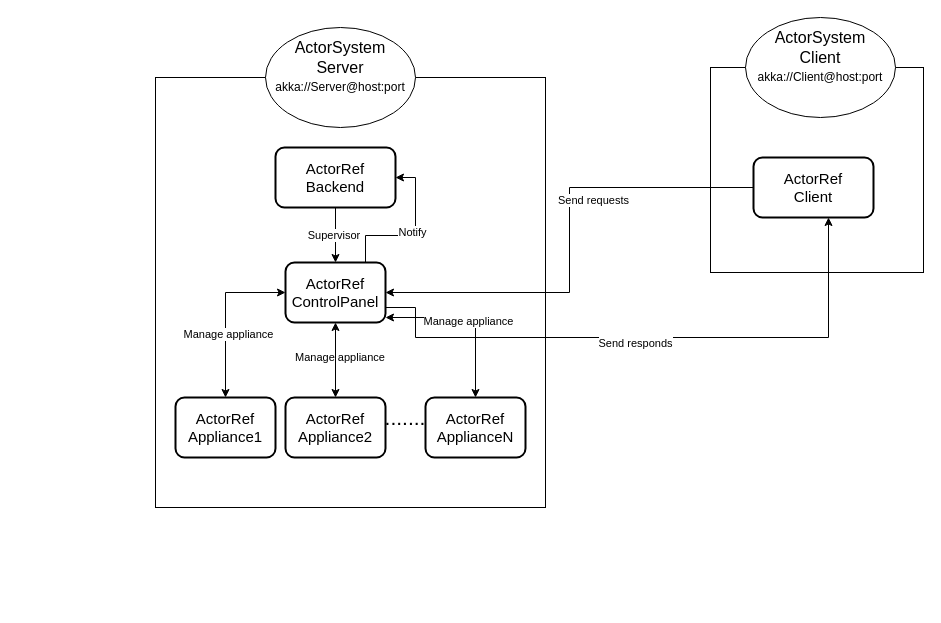
This is Actors scheme .drawio from MassimilianoRoccamena/MTDS-Project, a draw.io file, before an edit. Source tidied: cells renumbered, new cells numbered last; positions are measured from the earlier drawing's top-left corner, leaving out a move shared by most shapes. Both pictures are drawn from the tidied source at 100%, with x=0, y=0 at pixel (155, 17).
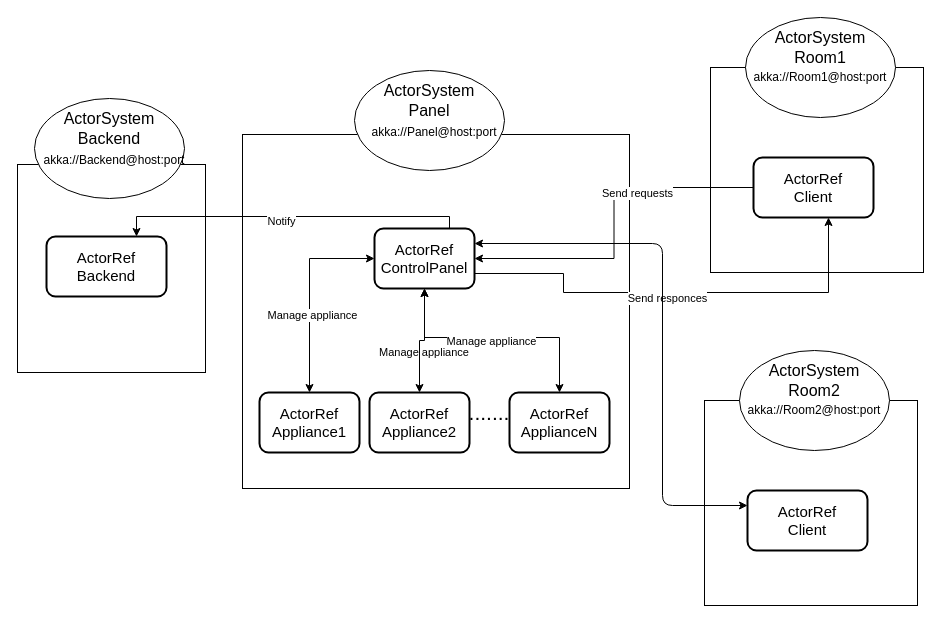
Above is the later version.

The change refers to these unchanged cells:
```xml
<mxCell id="22" value="&lt;span style=&quot;font-size: 15px&quot;&gt;ActorRef&lt;br&gt;Client&lt;br&gt;&lt;/span&gt;" style="rounded=1;whiteSpace=wrap;html=1;strokeWidth=2;" parent="1" vertex="1">
  <mxGeometry x="598" y="140" width="120" height="60" as="geometry" />
</mxCell>
```

The edit, as a diff of the source:
```diff
@@
+    <mxCell id="30" style="whiteSpace=wrap;html=1;" parent="1" vertex="1">
+      <mxGeometry x="-138" y="147" width="188" height="208" as="geometry" />
+    </mxCell>
     <mxCell id="2" style="whiteSpace=wrap;html=1;" parent="1" vertex="1">
-      <mxGeometry y="60" width="390" height="430" as="geometry" />
+      <mxGeometry x="87" y="117" width="387" height="354" as="geometry" />
     </mxCell>
     <mxCell id="3" style="ellipse;whiteSpace=wrap;html=1;" parent="1" vertex="1">
-      <mxGeometry x="110" y="10" width="150" height="100" as="geometry" />
+      <mxGeometry x="199" y="53" width="150" height="100" as="geometry" />
     </mxCell>
-    <mxCell id="4" value="&lt;font style=&quot;font-size: 16px&quot;&gt;ActorSystem&lt;br&gt;Server&lt;br&gt;&lt;/font&gt;" style="text;html=1;strokeColor=none;fillColor=none;align=center;verticalAlign=middle;whiteSpace=wrap;rounded=0;strokeWidth=5;" parent="1" vertex="1">
-      <mxGeometry x="120" y="10" width="130" height="60" as="geometry" />
+    <mxCell id="4" value="&lt;font style=&quot;font-size: 16px&quot;&gt;ActorSystem&lt;br&gt;Panel&lt;br&gt;&lt;/font&gt;" style="text;html=1;strokeColor=none;fillColor=none;align=center;verticalAlign=middle;whiteSpace=wrap;rounded=0;strokeWidth=5;" parent="1" vertex="1">
+      <mxGeometry x="209" y="53" width="130" height="60" as="geometry" />
     </mxCell>
-    <mxCell id="5" value="akka://Server@host:port" style="text;html=1;strokeColor=none;fillColor=none;align=center;verticalAlign=middle;whiteSpace=wrap;rounded=0;" parent="1" vertex="1">
-      <mxGeometry x="165" y="60" width="40" height="20" as="geometry" />
+    <mxCell id="5" value="akka://Panel@host:port" style="text;html=1;strokeColor=none;fillColor=none;align=center;verticalAlign=middle;whiteSpace=wrap;rounded=0;" parent="1" vertex="1">
+      <mxGeometry x="259" y="105" width="40" height="20" as="geometry" />
     </mxCell>
-    <mxCell id="6" value="Supervisor&amp;nbsp;" style="edgeStyle=orthogonalEdgeStyle;rounded=0;jettySize=auto;html=1;entryX=0.5;entryY=0;entryDx=0;entryDy=0;" parent="1" edge="1" source="7" target="15">
-      <mxGeometry relative="1" as="geometry" />
-    </mxCell>
     <mxCell id="7" value="&lt;span style=&quot;font-size: 15px&quot;&gt;ActorRef&lt;br&gt;Backend&lt;br&gt;&lt;/span&gt;" style="rounded=1;whiteSpace=wrap;html=1;strokeWidth=2;" parent="1" vertex="1">
-      <mxGeometry x="120" y="130" width="120" height="60" as="geometry" />
+      <mxGeometry x="-109" y="219" width="120" height="60" as="geometry" />
     </mxCell>
@@
     <mxCell id="11" style="edgeStyle=orthogonalEdgeStyle;rounded=0;jettySize=auto;html=1;entryX=0.5;entryY=0;entryDx=0;entryDy=0;startArrow=classic;startFill=1;" parent="1" edge="1" source="15" target="27">
       <mxGeometry relative="1" as="geometry">
         <Array as="points">
-          <mxPoint x="320" y="300" />
+          <mxPoint x="269" y="320" />
+          <mxPoint x="404" y="320" />
         </Array>
       </mxGeometry>
     </mxCell>
@@
-    <mxCell id="13" style="edgeStyle=orthogonalEdgeStyle;rounded=0;jettySize=auto;html=1;entryX=1;entryY=0.5;entryDx=0;entryDy=0;" parent="1" edge="1" source="15" target="7">
+    <mxCell id="13" style="edgeStyle=orthogonalEdgeStyle;rounded=0;jettySize=auto;html=1;entryX=0.75;entryY=0;entryDx=0;entryDy=0;" parent="1" edge="1" source="15" target="7">
       <mxGeometry relative="1" as="geometry">
         <Array as="points">
-          <mxPoint x="210" y="218" />
-          <mxPoint x="260" y="218" />
-          <mxPoint x="260" y="160" />
+          <mxPoint x="294" y="199" />
+          <mxPoint x="-19" y="199" />
         </Array>
       </mxGeometry>
     </mxCell>
@@
     <mxCell id="15" value="&lt;font style=&quot;font-size: 15px&quot;&gt;ActorRef&lt;br&gt;ControlPanel&lt;br&gt;&lt;/font&gt;" style="rounded=1;whiteSpace=wrap;html=1;strokeWidth=2;" parent="1" vertex="1">
-      <mxGeometry x="130" y="245" width="100" height="60" as="geometry" />
+      <mxGeometry x="219" y="211" width="100" height="60" as="geometry" />
     </mxCell>
@@
-    <mxCell id="18" value="&lt;font style=&quot;font-size: 16px&quot;&gt;ActorSystem&lt;br&gt;Client&lt;br&gt;&lt;/font&gt;" style="text;html=1;strokeColor=none;fillColor=none;align=center;verticalAlign=middle;whiteSpace=wrap;rounded=0;strokeWidth=5;" parent="1" vertex="1">
+    <mxCell id="18" value="&lt;font style=&quot;font-size: 16px&quot;&gt;ActorSystem&lt;br&gt;Room1&lt;br&gt;&lt;/font&gt;" style="text;html=1;strokeColor=none;fillColor=none;align=center;verticalAlign=middle;whiteSpace=wrap;rounded=0;strokeWidth=5;" parent="1" vertex="1">
       <mxGeometry x="600" width="130" height="60" as="geometry" />
     </mxCell>
-    <mxCell id="19" value="akka://Client@host:port" style="text;html=1;strokeColor=none;fillColor=none;align=center;verticalAlign=middle;whiteSpace=wrap;rounded=0;" parent="1" vertex="1">
+    <mxCell id="19" value="akka://Room1@host:port" style="text;html=1;strokeColor=none;fillColor=none;align=center;verticalAlign=middle;whiteSpace=wrap;rounded=0;" parent="1" vertex="1">
       <mxGeometry x="645" y="50" width="40" height="20" as="geometry" />
     </mxCell>
@@
     <mxCell id="23" style="edgeStyle=orthogonalEdgeStyle;rounded=0;jettySize=auto;html=1;entryX=0.625;entryY=1;entryDx=0;entryDy=0;entryPerimeter=0;exitX=1;exitY=0.75;exitDx=0;exitDy=0;" parent="1" edge="1" source="15" target="22">
       <mxGeometry relative="1" as="geometry">
         <Array as="points">
-          <mxPoint x="260" y="290" />
-          <mxPoint x="260" y="320" />
-          <mxPoint x="673" y="320" />
+          <mxPoint x="408" y="256" />
+          <mxPoint x="408" y="275" />
+          <mxPoint x="673" y="275" />
         </Array>
       </mxGeometry>
     </mxCell>
-    <mxCell id="24" value="Send responds" style="edgeLabel;html=1;align=center;verticalAlign=middle;" parent="23" vertex="1">
+    <mxCell id="24" value="Send responces" style="edgeLabel;html=1;align=center;verticalAlign=middle;" parent="23" vertex="1">
       <mxGeometry x="-0.06" y="-5" relative="1" as="geometry" />
     </mxCell>
     <mxCell id="25" value="&lt;font style=&quot;font-size: 15px&quot;&gt;ActorRef&lt;br&gt;Appliance1&lt;br&gt;&lt;/font&gt;" style="rounded=1;whiteSpace=wrap;html=1;strokeWidth=2;" parent="1" vertex="1">
-      <mxGeometry x="20" y="380" width="100" height="60" as="geometry" />
+      <mxGeometry x="104" y="375" width="100" height="60" as="geometry" />
     </mxCell>
     <mxCell id="26" value="&lt;font style=&quot;font-size: 15px&quot;&gt;ActorRef&lt;br&gt;Appliance2&lt;br&gt;&lt;/font&gt;" style="rounded=1;whiteSpace=wrap;html=1;strokeWidth=2;" parent="1" vertex="1">
-      <mxGeometry x="130" y="380" width="100" height="60" as="geometry" />
+      <mxGeometry x="214" y="375" width="100" height="60" as="geometry" />
     </mxCell>
     <mxCell id="27" value="&lt;font style=&quot;font-size: 15px&quot;&gt;ActorRef&lt;br&gt;ApplianceN&lt;br&gt;&lt;/font&gt;" style="rounded=1;whiteSpace=wrap;html=1;strokeWidth=2;" parent="1" vertex="1">
-      <mxGeometry x="270" y="380" width="100" height="60" as="geometry" />
+      <mxGeometry x="354" y="375" width="100" height="60" as="geometry" />
     </mxCell>
     <mxCell id="28" value="&lt;font style=&quot;font-size: 21px&quot;&gt;.......&lt;/font&gt;" style="text;html=1;strokeColor=none;fillColor=none;align=center;verticalAlign=middle;whiteSpace=wrap;rounded=0;" parent="1" vertex="1">
-      <mxGeometry x="230" y="390" width="40" height="20" as="geometry" />
+      <mxGeometry x="314" y="385" width="40" height="20" as="geometry" />
     </mxCell>
     <mxCell id="29" value="&lt;font style=&quot;font-size: 11px&quot;&gt;Manage appliance&lt;/font&gt;" style="text;html=1;strokeColor=none;fillColor=none;align=center;verticalAlign=middle;whiteSpace=wrap;rounded=0;" parent="1" vertex="1">
-      <mxGeometry x="130" y="330" width="110" height="20" as="geometry" />
+      <mxGeometry x="214" y="325" width="110" height="20" as="geometry" />
     </mxCell>
+    <mxCell id="31" style="whiteSpace=wrap;html=1;" parent="1" vertex="1">
+      <mxGeometry x="549" y="383" width="213" height="205" as="geometry" />
+    </mxCell>
+    <mxCell id="32" style="ellipse;whiteSpace=wrap;html=1;" parent="1" vertex="1">
+      <mxGeometry x="584" y="333" width="150" height="100" as="geometry" />
+    </mxCell>
+    <mxCell id="33" value="&lt;font style=&quot;font-size: 16px&quot;&gt;ActorSystem&lt;br&gt;Room2&lt;br&gt;&lt;/font&gt;" style="text;html=1;strokeColor=none;fillColor=none;align=center;verticalAlign=middle;whiteSpace=wrap;rounded=0;strokeWidth=5;" parent="1" vertex="1">
+      <mxGeometry x="594" y="333" width="130" height="60" as="geometry" />
+    </mxCell>
+    <mxCell id="34" value="akka://Room2@host:port" style="text;html=1;strokeColor=none;fillColor=none;align=center;verticalAlign=middle;whiteSpace=wrap;rounded=0;" parent="1" vertex="1">
+      <mxGeometry x="639" y="383" width="40" height="20" as="geometry" />
+    </mxCell>
+    <mxCell id="35" value="&lt;span style=&quot;font-size: 15px&quot;&gt;ActorRef&lt;br&gt;Client&lt;br&gt;&lt;/span&gt;" style="rounded=1;whiteSpace=wrap;html=1;strokeWidth=2;" parent="1" vertex="1">
+      <mxGeometry x="592" y="473" width="120" height="60" as="geometry" />
+    </mxCell>
+    <mxCell id="36" style="endArrow=classic;startArrow=classic;html=1;entryX=0;entryY=0.25;entryDx=0;entryDy=0;exitX=1;exitY=0.25;exitDx=0;exitDy=0;" parent="1" edge="1" source="15" target="35">
+      <mxGeometry relative="1" as="geometry">
+        <Array as="points">
+          <mxPoint x="507" y="226" />
+          <mxPoint x="507" y="488" />
+        </Array>
+      </mxGeometry>
+    </mxCell>
+    <mxCell id="37" style="ellipse;whiteSpace=wrap;html=1;" parent="1" vertex="1">
+      <mxGeometry x="-121" y="81" width="150" height="100" as="geometry" />
+    </mxCell>
+    <mxCell id="38" value="&lt;font style=&quot;font-size: 16px&quot;&gt;ActorSystem&lt;br&gt;Backend&lt;br&gt;&lt;/font&gt;" style="text;html=1;strokeColor=none;fillColor=none;align=center;verticalAlign=middle;whiteSpace=wrap;rounded=0;strokeWidth=5;" parent="1" vertex="1">
+      <mxGeometry x="-111" y="81" width="130" height="60" as="geometry" />
+    </mxCell>
+    <mxCell id="39" value="akka://Backend@host:port" style="text;html=1;strokeColor=none;fillColor=none;align=center;verticalAlign=middle;whiteSpace=wrap;rounded=0;" parent="1" vertex="1">
+      <mxGeometry x="-61" y="133" width="40" height="20" as="geometry" />
+    </mxCell>
```
